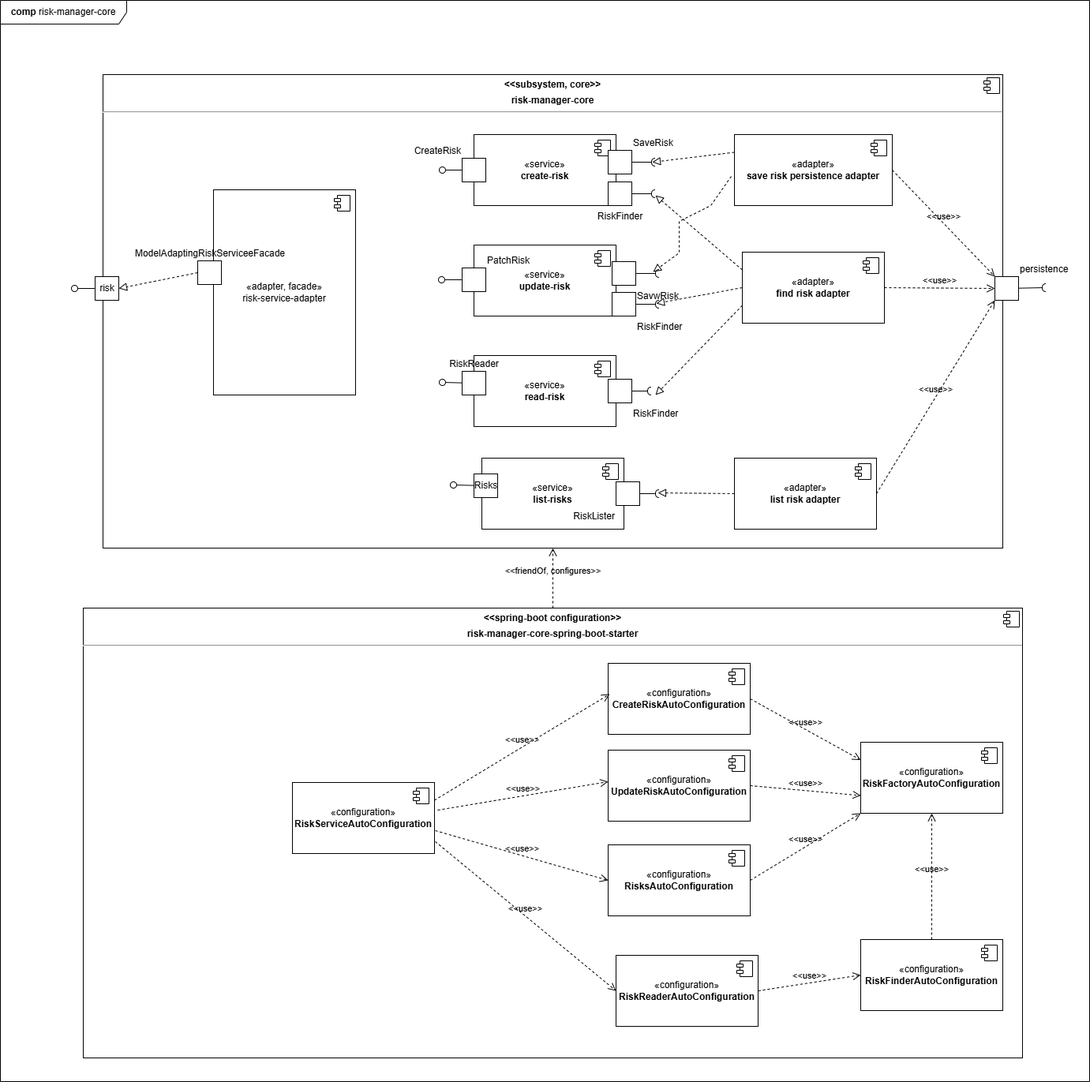
This is documentation/arc-documentation/images/05_building_block_view/coresystem/whitebox-risk-manager-core.drawio.png from stueberm1/riskmanager, a draw.io export, as it was before one commit. Source tidied: cells renumbered, new cells last; positions are measured from the earlier drawing's top-left corner, leaving out a move shared by most shapes.
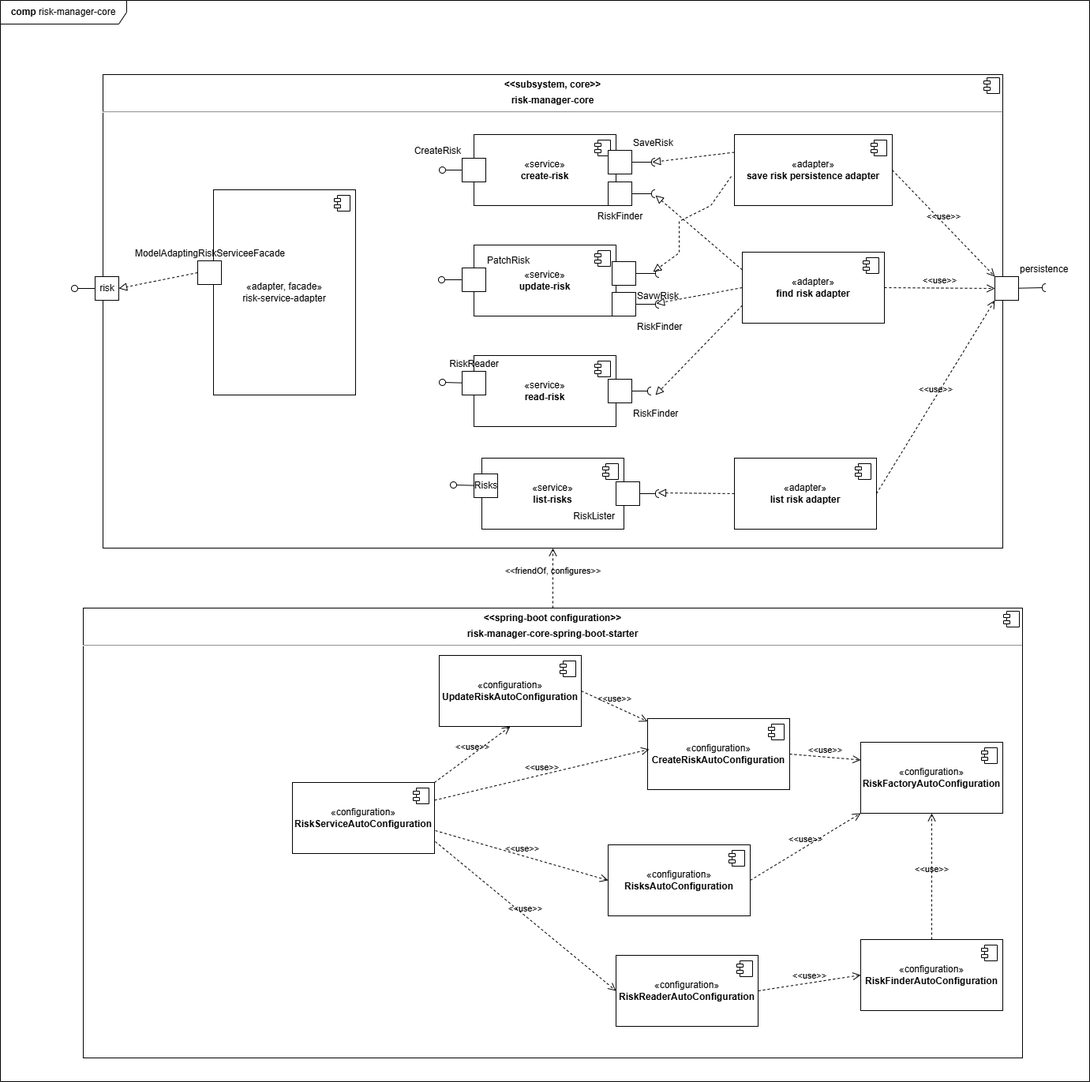
Later version of the same file.

Diff of the diagram source:
```diff
@@ -199,7 +199,7 @@
       </mxGeometry>
     </mxCell>
     <mxCell id="60" value="«configuration»&lt;br&gt;&lt;b&gt;CreateRiskAutoConfiguration&lt;/b&gt;" style="html=1;whiteSpace=wrap;" parent="2" vertex="1">
-      <mxGeometry x="770" y="840" width="180" height="90" as="geometry" />
+      <mxGeometry x="820" y="910" width="180" height="90" as="geometry" />
     </mxCell>
     <mxCell id="61" style="shape=module;jettyWidth=8;jettyHeight=4;" parent="60" vertex="1">
       <mxGeometry x="1" width="20" height="20" relative="1" as="geometry">
@@ -307,19 +307,17 @@
       <mxGeometry x="555" y="350" width="8" height="8" as="geometry" />
     </mxCell>
     <mxCell id="90" value="«configuration»&lt;br&gt;&lt;b&gt;UpdateRiskAutoConfiguration&lt;/b&gt;" style="html=1;whiteSpace=wrap;" parent="2" vertex="1">
-      <mxGeometry x="770" y="950" width="180" height="90" as="geometry" />
+      <mxGeometry x="556" y="830" width="180" height="90" as="geometry" />
     </mxCell>
     <mxCell id="91" style="shape=module;jettyWidth=8;jettyHeight=4;" parent="90" vertex="1">
       <mxGeometry x="1" width="20" height="20" relative="1" as="geometry">
         <mxPoint x="-27" y="7" as="offset" />
       </mxGeometry>
     </mxCell>
-    <mxCell id="92" value="&amp;lt;&amp;lt;use&amp;gt;&amp;gt;" style="endArrow=open;startArrow=none;endFill=0;startFill=0;endSize=8;html=1;verticalAlign=bottom;dashed=1;labelBackgroundColor=none;rounded=0;exitX=1.022;exitY=0.389;exitDx=0;exitDy=0;exitPerimeter=0;" parent="2" edge="1" source="68">
-      <mxGeometry relative="1" as="geometry">
-        <mxPoint x="770" y="990" as="targetPoint" />
-      </mxGeometry>
+    <mxCell id="92" value="&amp;lt;&amp;lt;use&amp;gt;&amp;gt;" style="endArrow=open;startArrow=none;endFill=0;startFill=0;endSize=8;html=1;verticalAlign=bottom;dashed=1;labelBackgroundColor=none;rounded=0;exitX=1;exitY=0;exitDx=0;exitDy=0;entryX=0.5;entryY=1;entryDx=0;entryDy=0;" parent="2" edge="1" source="68" target="90">
+      <mxGeometry relative="1" as="geometry" />
     </mxCell>
-    <mxCell id="93" value="&amp;lt;&amp;lt;use&amp;gt;&amp;gt;" style="endArrow=open;startArrow=none;endFill=0;startFill=0;endSize=8;html=1;verticalAlign=bottom;dashed=1;labelBackgroundColor=none;rounded=0;exitX=1;exitY=0.5;exitDx=0;exitDy=0;entryX=0;entryY=0.75;entryDx=0;entryDy=0;" parent="2" edge="1" source="90" target="58">
+    <mxCell id="93" value="&amp;lt;&amp;lt;use&amp;gt;&amp;gt;" style="endArrow=open;startArrow=none;endFill=0;startFill=0;endSize=8;html=1;verticalAlign=bottom;dashed=1;labelBackgroundColor=none;rounded=0;exitX=1;exitY=0.5;exitDx=0;exitDy=0;" parent="2" edge="1" source="90" target="60">
       <mxGeometry relative="1" as="geometry" />
     </mxCell>
   </root>
```
